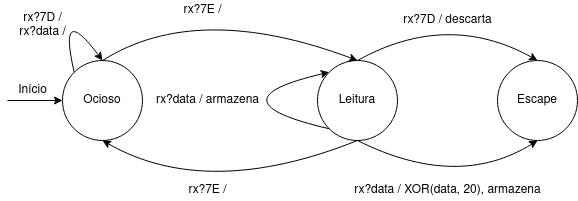
Above: MEF_rx_enquadramento.png in camillabarreto/PTC-Protocolo-de-Enlace (draw.io), before the change. Source tidied: cells renumbered, new cells last; positions are measured from the earlier drawing's top-left corner, leaving out a move shared by most shapes.
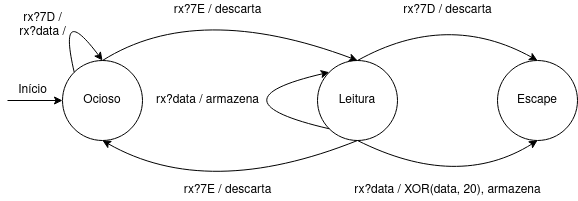
Later version of the same file.

Commit message:
Atualizando MEF

Diff of the diagram source:
```diff
@@ -18,8 +18,8 @@
         </Array>
       </mxGeometry>
     </mxCell>
-    <mxCell id="6" value="rx?7E / " style="text;html=1;align=center;verticalAlign=middle;" parent="1" vertex="1">
-      <mxGeometry x="175" y="180" width="50" height="20" as="geometry" />
+    <mxCell id="6" value="rx?7E / descarta" style="text;html=1;align=center;verticalAlign=middle;" parent="1" vertex="1">
+      <mxGeometry x="170" y="180" width="100" height="20" as="geometry" />
     </mxCell>
     <mxCell id="7" style="endArrow=classic;html=1;entryX=0;entryY=0.5;entryDx=0;entryDy=0;" parent="1" edge="1" target="2">
       <mxGeometry relative="1" as="geometry">
@@ -46,9 +46,6 @@
         </Array>
       </mxGeometry>
     </mxCell>
-    <mxCell id="12" value="&lt;div&gt;rx?7E /&lt;/div&gt;" style="text;html=1;align=center;verticalAlign=middle;" parent="1" vertex="1">
-      <mxGeometry x="170" width="50" height="20" as="geometry" />
-    </mxCell>
     <mxCell id="13" style="curved=1;endArrow=classic;html=1;entryX=0;entryY=0;entryDx=0;entryDy=0;exitX=0;exitY=1;exitDx=0;exitDy=0;" parent="1" edge="1" source="4" target="4">
       <mxGeometry relative="1" as="geometry">
         <Array as="points">
@@ -67,7 +64,7 @@
       </mxGeometry>
     </mxCell>
     <mxCell id="16" value="rx?7D / descarta" style="text;html=1;align=center;verticalAlign=middle;" parent="1" vertex="1">
-      <mxGeometry x="390" y="10" width="100" height="20" as="geometry" />
+      <mxGeometry x="390" width="100" height="20" as="geometry" />
     </mxCell>
     <mxCell id="17" style="curved=1;endArrow=classic;html=1;entryX=0.5;entryY=1;entryDx=0;entryDy=0;exitX=0.5;exitY=1;exitDx=0;exitDy=0;" parent="1" edge="1" source="4" target="3">
       <mxGeometry relative="1" as="geometry">
@@ -79,5 +76,8 @@
     <mxCell id="18" value="rx?data / XOR(data, 20), armazena" style="text;html=1;align=center;verticalAlign=middle;" parent="1" vertex="1">
       <mxGeometry x="340" y="180" width="200" height="20" as="geometry" />
     </mxCell>
+    <mxCell id="19" value="&lt;div&gt;rx?7E / descarta&lt;/div&gt;" style="text;html=1;align=center;verticalAlign=middle;" parent="1" vertex="1">
+      <mxGeometry x="160" width="100" height="20" as="geometry" />
+    </mxCell>
   </root>
 </mxGraphModel>
```
